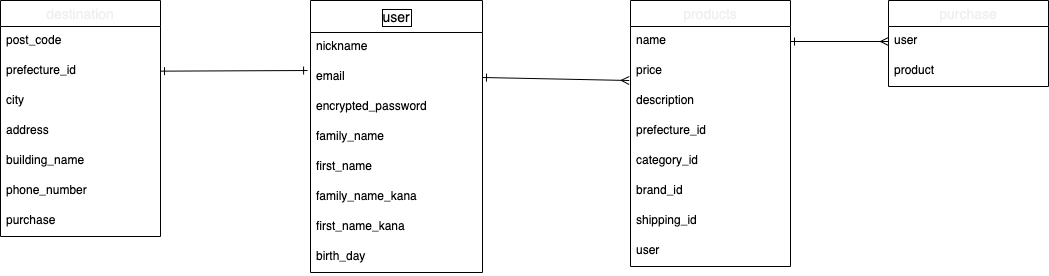
Earlier version of the draw.io export furima.drawio.png (GK9130/furima-37239). Source tidied: cells renumbered, new cells last; positions are measured from the earlier drawing's top-left corner, leaving out a move shared by most shapes.
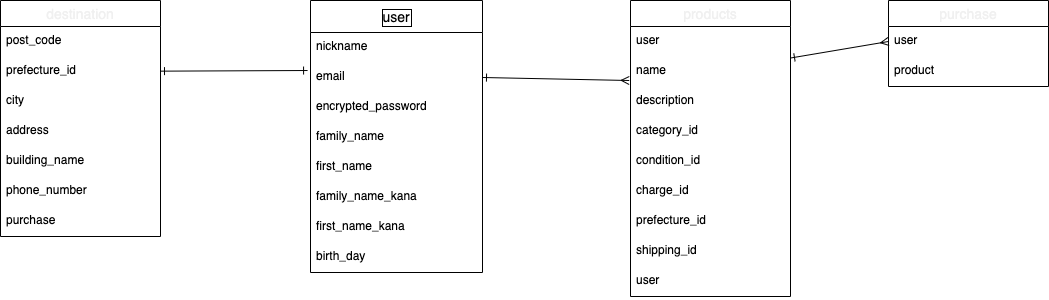
Later version of the same file.

Commit message:
ER図・DB設計6

The edit, as a diff of the source:
```diff
@@ -54,31 +54,34 @@
       <mxGeometry y="206" width="160" height="30" as="geometry" />
     </mxCell>
     <mxCell id="19" value="products" style="swimlane;fontStyle=0;horizontal=1;startSize=26;align=center;fontSize=14;fontColor=#f0f0f0;" parent="1" vertex="1">
-      <mxGeometry x="630" width="160" height="266" as="geometry" />
+      <mxGeometry x="630" width="160" height="296" as="geometry" />
     </mxCell>
+    <mxCell id="34" value="user" style="text;strokeColor=none;fillColor=none;spacingLeft=4;spacingRight=4;overflow=hidden;fontSize=12;" parent="19" vertex="1">
+      <mxGeometry y="26" width="160" height="30" as="geometry" />
+    </mxCell>
     <mxCell id="20" value="name" style="text;strokeColor=none;fillColor=none;spacingLeft=4;spacingRight=4;overflow=hidden;points=[[0,0.5],[1,0.5]];portConstraint=eastwest;fontSize=12;" parent="19" vertex="1">
-      <mxGeometry y="26" width="160" height="30" as="geometry" />
+      <mxGeometry y="56" width="160" height="30" as="geometry" />
     </mxCell>
-    <mxCell id="21" value="price" style="text;strokeColor=none;fillColor=none;spacingLeft=4;spacingRight=4;overflow=hidden;points=[[0,0.5],[1,0.5]];portConstraint=eastwest;fontSize=12;" parent="19" vertex="1">
-      <mxGeometry y="56" width="160" height="30" as="geometry" />
-    </mxCell>
     <mxCell id="22" value="description" style="text;strokeColor=none;fillColor=none;spacingLeft=4;spacingRight=4;overflow=hidden;fontSize=12;" parent="19" vertex="1">
       <mxGeometry y="86" width="160" height="30" as="geometry" />
     </mxCell>
-    <mxCell id="23" value="prefecture_id" style="text;strokeColor=none;fillColor=none;spacingLeft=4;spacingRight=4;overflow=hidden;fontSize=12;" parent="19" vertex="1">
-      <mxGeometry y="116" width="160" height="30" as="geometry" />
-    </mxCell>
+    <mxCell id="35" value="category_id" style="text;strokeColor=none;fillColor=none;spacingLeft=4;spacingRight=4;overflow=hidden;fontSize=12;" parent="19" vertex="1">
+      <mxGeometry y="116" width="160" height="30" as="geometry" />
+    </mxCell>
-    <mxCell id="24" value="category_id" style="text;strokeColor=none;fillColor=none;spacingLeft=4;spacingRight=4;overflow=hidden;fontSize=12;" parent="19" vertex="1">
+    <mxCell id="24" value="condition_id" style="text;strokeColor=none;fillColor=none;spacingLeft=4;spacingRight=4;overflow=hidden;fontSize=12;" parent="19" vertex="1">
       <mxGeometry y="146" width="160" height="30" as="geometry" />
     </mxCell>
-    <mxCell id="25" value="brand_id" style="text;strokeColor=none;fillColor=none;spacingLeft=4;spacingRight=4;overflow=hidden;fontSize=12;" parent="19" vertex="1">
+    <mxCell id="25" value="charge_id" style="text;strokeColor=none;fillColor=none;spacingLeft=4;spacingRight=4;overflow=hidden;fontSize=12;" parent="19" vertex="1">
       <mxGeometry y="176" width="160" height="30" as="geometry" />
     </mxCell>
+    <mxCell id="23" value="prefecture_id" style="text;strokeColor=none;fillColor=none;spacingLeft=4;spacingRight=4;overflow=hidden;fontSize=12;" parent="19" vertex="1">
+      <mxGeometry y="206" width="160" height="30" as="geometry" />
+    </mxCell>
     <mxCell id="26" value="shipping_id" style="text;strokeColor=none;fillColor=none;spacingLeft=4;spacingRight=4;overflow=hidden;fontSize=12;" parent="19" vertex="1">
-      <mxGeometry y="206" width="160" height="30" as="geometry" />
+      <mxGeometry y="236" width="160" height="30" as="geometry" />
     </mxCell>
     <mxCell id="27" value="user" style="text;strokeColor=none;fillColor=none;spacingLeft=4;spacingRight=4;overflow=hidden;fontSize=12;" parent="19" vertex="1">
-      <mxGeometry y="236" width="160" height="30" as="geometry" />
+      <mxGeometry y="266" width="160" height="30" as="geometry" />
     </mxCell>
     <mxCell id="28" value="purchase" style="swimlane;fontStyle=0;horizontal=1;startSize=26;align=center;fontSize=14;fontColor=#f0f0f0;" parent="1" vertex="1">
       <mxGeometry x="888" width="160" height="86" as="geometry" />
@@ -89,8 +92,10 @@
     <mxCell id="30" value="product" style="text;strokeColor=none;fillColor=none;spacingLeft=4;spacingRight=4;overflow=hidden;fontSize=12;" parent="28" vertex="1">
       <mxGeometry y="56" width="160" height="30" as="geometry" />
     </mxCell>
-    <mxCell id="31" style="edgeStyle=none;html=1;exitX=1;exitY=0.5;exitDx=0;exitDy=0;entryX=-0.008;entryY=0.8;entryDx=0;entryDy=0;entryPerimeter=0;fontColor=#f0f0f0;startArrow=ERone;startFill=0;endArrow=ERmany;endFill=0;" parent="1" edge="1" source="4" target="21">
-      <mxGeometry relative="1" as="geometry" />
+    <mxCell id="31" style="edgeStyle=none;html=1;exitX=1;exitY=0.5;exitDx=0;exitDy=0;entryX=-0.008;entryY=0.8;entryDx=0;entryDy=0;entryPerimeter=0;fontColor=#f0f0f0;startArrow=ERone;startFill=0;endArrow=ERmany;endFill=0;" parent="1" edge="1" source="4">
+      <mxGeometry relative="1" as="geometry">
+        <mxPoint x="628.7" y="80" as="targetPoint" />
+      </mxGeometry>
     </mxCell>
     <mxCell id="32" style="edgeStyle=none;html=1;entryX=0;entryY=0.5;entryDx=0;entryDy=0;fontColor=#f0f0f0;startArrow=ERone;startFill=0;endArrow=ERmany;endFill=0;" parent="1" edge="1" source="20" target="29">
       <mxGeometry relative="1" as="geometry" />
```
